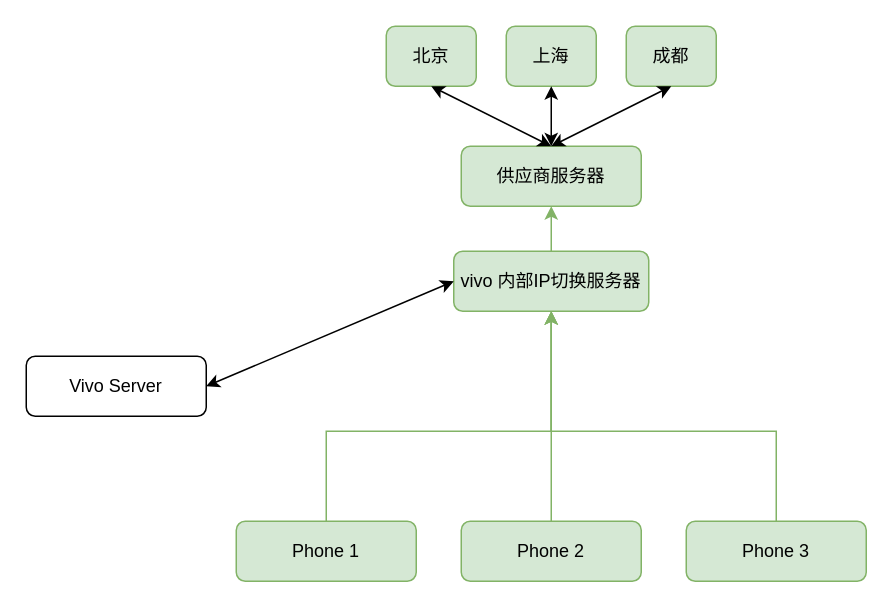
Before: 网络架构.drawio in oujie123/PicFactory, a draw.io diagram. Source tidied: cells renumbered, new cells numbered last; positions are measured from the earlier drawing's top-left corner, leaving out a move shared by most shapes. Both pictures are drawn from the tidied source at 150%, with x=0, y=0 at pixel (26, 26).
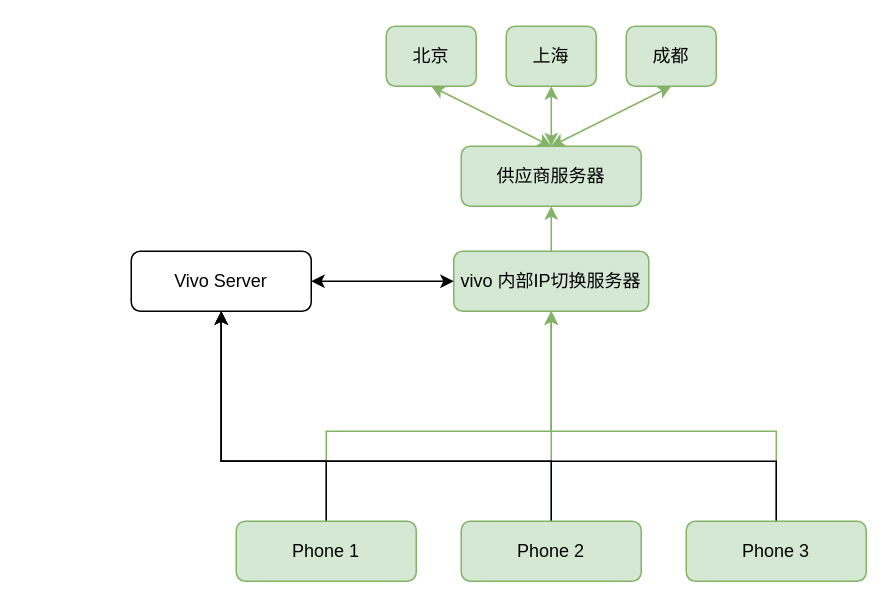
The same diagram, later.

Commit message (it also covers changes not shown here):
更新网络架构.drawio

Unchanged cells that the change refers to:
```xml
<mxCell id="3" value="Phone 1" style="rounded=1;whiteSpace=wrap;html=1;fontSize=12;glass=0;strokeWidth=1;shadow=0;fillColor=#d5e8d4;strokeColor=#82b366;" parent="1" vertex="1">
  <mxGeometry x="140" y="330" width="120" height="40" as="geometry" />
</mxCell>
<mxCell id="5" value="Phone 2" style="rounded=1;whiteSpace=wrap;html=1;fontSize=12;glass=0;strokeWidth=1;shadow=0;fillColor=#d5e8d4;strokeColor=#82b366;" parent="1" vertex="1">
  <mxGeometry x="290" y="330" width="120" height="40" as="geometry" />
</mxCell>
<mxCell id="7" value="Phone 3" style="rounded=1;whiteSpace=wrap;html=1;fontSize=12;glass=0;strokeWidth=1;shadow=0;fillColor=#d5e8d4;strokeColor=#82b366;" parent="1" vertex="1">
  <mxGeometry x="440" y="330" width="120" height="40" as="geometry" />
</mxCell>
<mxCell id="10" value="vivo 内部IP切换服务器" style="rounded=1;whiteSpace=wrap;html=1;fontSize=12;glass=0;strokeWidth=1;shadow=0;fillColor=#d5e8d4;strokeColor=#82b366;" parent="1" vertex="1">
  <mxGeometry x="285" y="150" width="130" height="40" as="geometry" />
</mxCell>
<mxCell id="11" value="供应商服务器" style="rounded=1;whiteSpace=wrap;html=1;fontSize=12;glass=0;strokeWidth=1;shadow=0;fillColor=#d5e8d4;strokeColor=#82b366;" parent="1" vertex="1">
  <mxGeometry x="290" y="80" width="120" height="40" as="geometry" />
</mxCell>
<mxCell id="13" value="北京" style="rounded=1;whiteSpace=wrap;html=1;fontSize=12;glass=0;strokeWidth=1;shadow=0;fillColor=#d5e8d4;strokeColor=#82b366;" parent="1" vertex="1">
  <mxGeometry x="240" width="60" height="40" as="geometry" />
</mxCell>
<mxCell id="14" value="上海" style="rounded=1;whiteSpace=wrap;html=1;fontSize=12;glass=0;strokeWidth=1;shadow=0;fillColor=#d5e8d4;strokeColor=#82b366;" parent="1" vertex="1">
  <mxGeometry x="320" width="60" height="40" as="geometry" />
</mxCell>
```

Diff of the diagram source:
```diff
@@
+    <mxCell id="19" style="edgeStyle=orthogonalEdgeStyle;rounded=0;jettySize=auto;html=1;exitX=0.5;exitY=0;exitDx=0;exitDy=0;entryX=0.5;entryY=1;entryDx=0;entryDy=0;" parent="1" edge="1" source="3" target="8">
+      <mxGeometry relative="1" as="geometry">
+        <Array as="points">
+          <mxPoint x="200" y="290" />
+          <mxPoint x="130" y="290" />
+        </Array>
+      </mxGeometry>
+    </mxCell>
@@
+    <mxCell id="20" style="edgeStyle=orthogonalEdgeStyle;rounded=0;jettySize=auto;html=1;entryX=0.5;entryY=1;entryDx=0;entryDy=0;" parent="1" edge="1" source="5" target="8">
+      <mxGeometry relative="1" as="geometry">
+        <Array as="points">
+          <mxPoint x="350" y="290" />
+          <mxPoint x="130" y="290" />
+        </Array>
+      </mxGeometry>
+    </mxCell>
@@
+    <mxCell id="21" style="edgeStyle=orthogonalEdgeStyle;rounded=0;jettySize=auto;html=1;entryX=0.5;entryY=1;entryDx=0;entryDy=0;" parent="1" edge="1" source="7" target="8">
+      <mxGeometry relative="1" as="geometry">
+        <Array as="points">
+          <mxPoint x="500" y="290" />
+          <mxPoint x="130" y="290" />
+        </Array>
+      </mxGeometry>
+    </mxCell>
@@
     <mxCell id="8" value="Vivo Server" style="rounded=1;whiteSpace=wrap;html=1;fontSize=12;glass=0;strokeWidth=1;shadow=0;" parent="1" vertex="1">
-      <mxGeometry y="220" width="120" height="40" as="geometry" />
+      <mxGeometry x="70" y="150" width="120" height="40" as="geometry" />
     </mxCell>
@@
-    <mxCell id="12" style="endArrow=classic;startArrow=classic;html=1;rounded=0;entryX=0;entryY=0.5;entryDx=0;entryDy=0;" parent="1" edge="1" target="10">
-      <mxGeometry relative="1" as="geometry">
-        <mxPoint x="120" y="240" as="sourcePoint" />
-      </mxGeometry>
+    <mxCell id="12" style="endArrow=classic;startArrow=classic;html=1;rounded=0;entryX=0;entryY=0.5;entryDx=0;entryDy=0;exitX=1;exitY=0.5;exitDx=0;exitDy=0;" parent="1" edge="1" source="8" target="10">
+      <mxGeometry relative="1" as="geometry" />
     </mxCell>
@@
-    <mxCell id="16" style="endArrow=classic;startArrow=classic;html=1;rounded=0;exitX=0.5;exitY=0;exitDx=0;exitDy=0;" parent="1" edge="1" source="11">
+    <mxCell id="16" style="endArrow=classic;startArrow=classic;html=1;rounded=0;exitX=0.5;exitY=0;exitDx=0;exitDy=0;fillColor=#d5e8d4;strokeColor=#82b366;" parent="1" edge="1" source="11">
       <mxGeometry relative="1" as="geometry">
         <mxPoint x="430" y="40" as="targetPoint" />
       </mxGeometry>
     </mxCell>
-    <mxCell id="17" style="endArrow=classic;startArrow=classic;html=1;rounded=0;exitX=0.5;exitY=0;exitDx=0;exitDy=0;entryX=0.5;entryY=1;entryDx=0;entryDy=0;" parent="1" edge="1" source="11" target="14">
+    <mxCell id="17" style="endArrow=classic;startArrow=classic;html=1;rounded=0;exitX=0.5;exitY=0;exitDx=0;exitDy=0;entryX=0.5;entryY=1;entryDx=0;entryDy=0;fillColor=#d5e8d4;strokeColor=#82b366;" parent="1" edge="1" source="11" target="14">
       <mxGeometry relative="1" as="geometry" />
     </mxCell>
-    <mxCell id="18" style="endArrow=classic;startArrow=classic;html=1;rounded=0;entryX=0.5;entryY=1;entryDx=0;entryDy=0;" parent="1" edge="1" target="13">
+    <mxCell id="18" style="endArrow=classic;startArrow=classic;html=1;rounded=0;entryX=0.5;entryY=1;entryDx=0;entryDy=0;fillColor=#d5e8d4;strokeColor=#82b366;" parent="1" edge="1" target="13">
       <mxGeometry relative="1" as="geometry">
         <mxPoint x="350" y="80" as="sourcePoint" />
       </mxGeometry>
     </mxCell>
```
